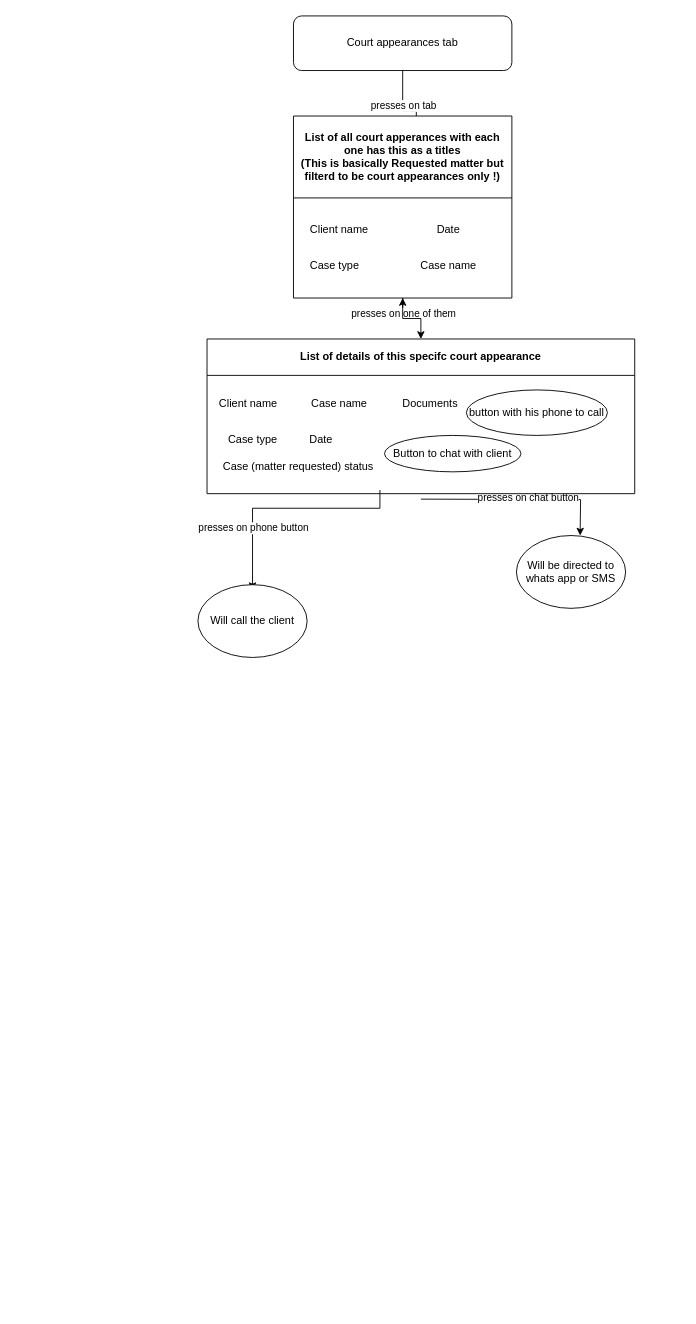
The draw.io diagram page "CourtAppearancesTab" (7 of 10) of LawyerApp.drawio in tariq7299/LawyerPrep, before the edit. Source tidied: cells renumbered, new cells numbered last; positions are measured from the earlier drawing's top-left corner, leaving out a move shared by most shapes. Both pictures are drawn from the tidied source at 91%, with x=0, y=0 at pixel (197, 15).
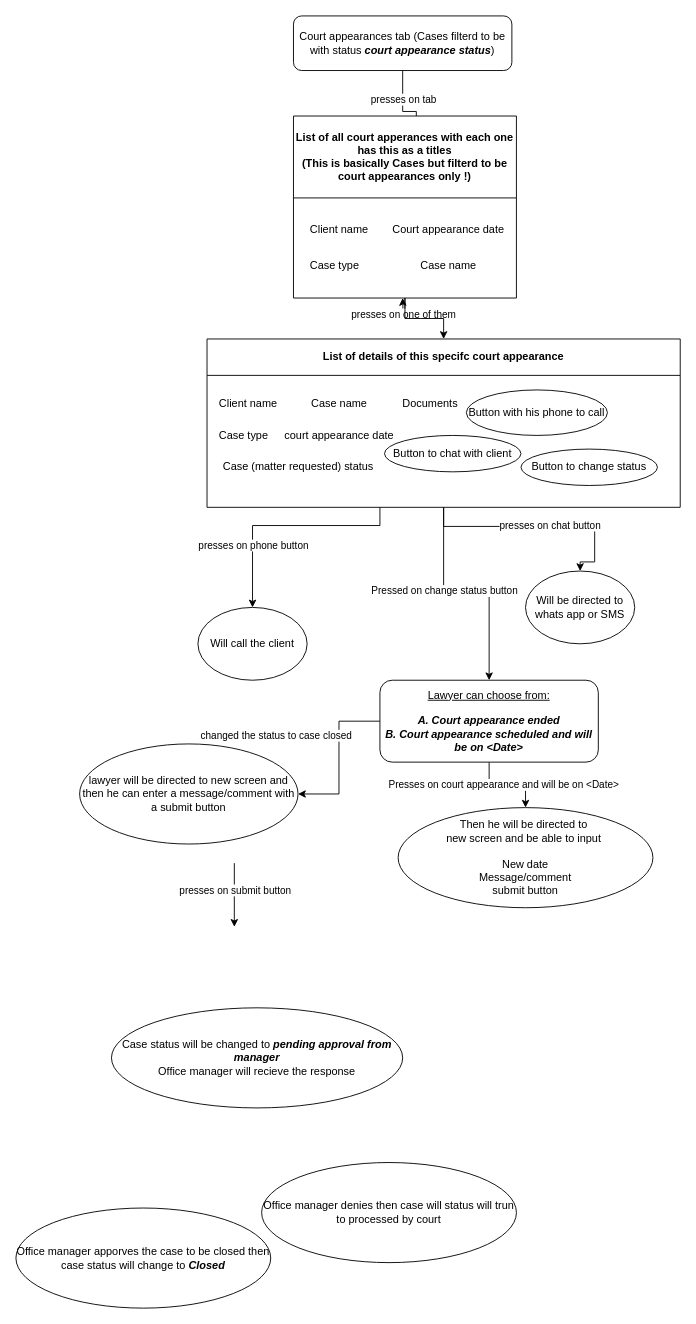
The same diagram, later.

Unchanged cells that the change refers to:
```xml
<mxCell id="2" style="edgeStyle=orthogonalEdgeStyle;rounded=0;jettySize=auto;html=1;" parent="1" edge="1" source="4">
  <mxGeometry relative="1" as="geometry">
    <mxPoint x="240" y="120" as="targetPoint" />
    <Array as="points">
      <mxPoint x="225" y="105" />
      <mxPoint x="240" y="105" />
    </Array>
  </mxGeometry>
</mxCell>
```

The edit, as a diff of the source:
```diff
@@
     <mxCell id="3" value="presses on tab" style="edgeLabel;html=1;align=center;verticalAlign=middle;" parent="2" vertex="1">
-      <mxGeometry relative="1" as="geometry" />
+      <mxGeometry relative="1" as="geometry">
+        <mxPoint y="-7" as="offset" />
+      </mxGeometry>
     </mxCell>
-    <mxCell id="4" value="Court appearances tab" style="rounded=1;whiteSpace=wrap;html=1;" parent="1" vertex="1">
+    <mxCell id="4" value="Court appearances tab (Cases filterd to be with status &lt;b&gt;&lt;i&gt;court appearance status&lt;/i&gt;&lt;/b&gt;)" style="rounded=1;whiteSpace=wrap;html=1;" parent="1" vertex="1">
       <mxGeometry x="105" width="240" height="60" as="geometry" />
     </mxCell>
@@
-    <mxCell id="8" value="List of all court apperances with each one has this as a titles&lt;br&gt;(This is basically Requested matter but filterd to be court appearances only !)" style="swimlane;whiteSpace=wrap;html=1;startSize=90;" parent="1" vertex="1">
-      <mxGeometry x="105" y="110" width="240" height="200" as="geometry" />
+    <mxCell id="8" value="List of all court apperances with each one has this as a titles&lt;br&gt;(This is basically Cases but filterd to be court appearances only !)" style="swimlane;whiteSpace=wrap;html=1;startSize=90;" parent="1" vertex="1">
+      <mxGeometry x="105" y="110" width="245" height="200" as="geometry" />
     </mxCell>
@@
-    <mxCell id="12" value="Date" style="text;html=1;align=center;verticalAlign=middle;strokeColor=none;fillColor=none;" parent="8" vertex="1">
-      <mxGeometry x="145" y="110" width="50" height="30" as="geometry" />
+    <mxCell id="12" value="Court appearance date" style="text;html=1;align=center;verticalAlign=middle;strokeColor=none;fillColor=none;" parent="8" vertex="1">
+      <mxGeometry x="95" y="110" width="150" height="30" as="geometry" />
     </mxCell>
     <mxCell id="13" style="edgeStyle=orthogonalEdgeStyle;rounded=0;orthogonalLoop=1;jettySize=auto;html=1;exitX=0.5;exitY=1;exitDx=0;exitDy=0;" parent="1" edge="1">
       <mxGeometry relative="1" as="geometry">
-        <mxPoint x="200" y="521" as="sourcePoint" />
-        <mxPoint x="60" y="631" as="targetPoint" />
+        <mxPoint x="200" y="540" as="sourcePoint" />
+        <mxPoint x="60" y="650" as="targetPoint" />
         <Array as="points">
-          <mxPoint x="200" y="541" />
-          <mxPoint x="60" y="541" />
+          <mxPoint x="200" y="560" />
+          <mxPoint x="60" y="560" />
         </Array>
       </mxGeometry>
     </mxCell>
@@
-    <mxCell id="15" style="edgeStyle=orthogonalEdgeStyle;rounded=0;orthogonalLoop=1;jettySize=auto;html=1;" parent="1" edge="1">
+    <mxCell id="15" style="edgeStyle=orthogonalEdgeStyle;rounded=0;jettySize=auto;html=1;exitX=0.5;exitY=1;exitDx=0;exitDy=0;" parent="1" edge="1" source="17" target="26">
       <mxGeometry relative="1" as="geometry">
-        <mxPoint x="245" y="531" as="sourcePoint" />
-        <mxPoint x="420" y="571" as="targetPoint" />
+        <Array as="points">
+          <mxPoint x="270" y="561" />
+          <mxPoint x="436" y="561" />
+          <mxPoint x="436" y="600" />
+          <mxPoint x="420" y="600" />
+        </Array>
       </mxGeometry>
     </mxCell>
@@
+    <mxCell id="28" style="edgeStyle=orthogonalEdgeStyle;rounded=0;jettySize=auto;html=1;" parent="1" edge="1" source="17" target="35">
+      <mxGeometry relative="1" as="geometry" />
+    </mxCell>
+    <mxCell id="29" value="Pressed on change status button" style="edgeLabel;html=1;align=center;verticalAlign=middle;" parent="28" vertex="1">
+      <mxGeometry x="-0.24" relative="1" as="geometry" />
+    </mxCell>
     <mxCell id="17" value="List of details of this specifc court appearance" style="swimlane;whiteSpace=wrap;html=1;startSize=40;" parent="1" vertex="1">
-      <mxGeometry x="10" y="355" width="470" height="170" as="geometry" />
+      <mxGeometry x="10" y="355" width="520" height="185" as="geometry" />
     </mxCell>
@@
     <mxCell id="20" value="Case type" style="text;html=1;align=center;verticalAlign=middle;strokeColor=none;fillColor=none;" parent="17" vertex="1">
-      <mxGeometry x="10" y="96" width="80" height="30" as="geometry" />
+      <mxGeometry y="91" width="80" height="30" as="geometry" />
     </mxCell>
@@
-    <mxCell id="23" value="Date" style="text;html=1;align=center;verticalAlign=middle;strokeColor=none;fillColor=none;" parent="17" vertex="1">
-      <mxGeometry x="100" y="96" width="50" height="30" as="geometry" />
+    <mxCell id="23" value="court appearance date" style="text;html=1;align=center;verticalAlign=middle;strokeColor=none;fillColor=none;" parent="17" vertex="1">
+      <mxGeometry x="75" y="91" width="140" height="30" as="geometry" />
     </mxCell>
@@
-    <mxCell id="25" value="&lt;span style=&quot;text-wrap: nowrap;&quot;&gt;button with his phone to call&lt;/span&gt;" style="ellipse;whiteSpace=wrap;html=1;" parent="17" vertex="1">
+    <mxCell id="25" value="&lt;span style=&quot;text-wrap: nowrap;&quot;&gt;Button with his phone to call&lt;/span&gt;" style="ellipse;whiteSpace=wrap;html=1;" parent="17" vertex="1">
       <mxGeometry x="285" y="56" width="155" height="50" as="geometry" />
     </mxCell>
+    <mxCell id="30" value="&lt;span style=&quot;text-wrap: nowrap;&quot;&gt;Button to change status&lt;/span&gt;" style="ellipse;whiteSpace=wrap;html=1;" parent="17" vertex="1">
+      <mxGeometry x="345" y="121" width="150" height="40" as="geometry" />
+    </mxCell>
     <mxCell id="26" value="Will be directed to whats app or SMS" style="ellipse;whiteSpace=wrap;html=1;" parent="1" vertex="1">
-      <mxGeometry x="350" y="571" width="120" height="80" as="geometry" />
+      <mxGeometry x="360" y="610" width="120" height="80" as="geometry" />
     </mxCell>
     <mxCell id="27" value="Will call the client" style="ellipse;whiteSpace=wrap;html=1;" parent="1" vertex="1">
-      <mxGeometry y="625" width="120" height="80" as="geometry" />
+      <mxGeometry y="650" width="120" height="80" as="geometry" />
     </mxCell>
+    <mxCell id="31" style="edgeStyle=orthogonalEdgeStyle;rounded=0;jettySize=auto;html=1;" parent="1" edge="1" source="35" target="38">
+      <mxGeometry relative="1" as="geometry" />
+    </mxCell>
+    <mxCell id="32" value="changed the status to case closed" style="edgeLabel;html=1;align=center;verticalAlign=middle;" parent="31" vertex="1">
+      <mxGeometry y="2" relative="1" as="geometry">
+        <mxPoint x="-72" y="-25" as="offset" />
+      </mxGeometry>
+    </mxCell>
+    <mxCell id="33" style="edgeStyle=orthogonalEdgeStyle;rounded=0;jettySize=auto;html=1;" parent="1" edge="1" source="35" target="39">
+      <mxGeometry relative="1" as="geometry" />
+    </mxCell>
+    <mxCell id="34" value="Presses on court appearance and will be on &amp;lt;Date&amp;gt;" style="edgeLabel;html=1;align=center;verticalAlign=middle;" parent="33" vertex="1">
+      <mxGeometry x="-0.11" y="1" relative="1" as="geometry" />
+    </mxCell>
+    <mxCell id="35" value="&lt;span style=&quot;font-weight: normal;&quot;&gt;&lt;u&gt;Lawyer can choose from:&lt;/u&gt;&lt;/span&gt;&lt;div&gt;&lt;br&gt;&lt;/div&gt;&lt;div&gt;&lt;i&gt;A. Court appearance ended&lt;/i&gt;&lt;/div&gt;&lt;div&gt;&lt;i style=&quot;background-color: initial;&quot;&gt;B. Court appearance scheduled and will be on &amp;lt;Date&amp;gt;&lt;/i&gt;&lt;/div&gt;" style="rounded=1;whiteSpace=wrap;html=1;fontStyle=1;startSize=40;" parent="1" vertex="1">
+      <mxGeometry x="200" y="730" width="240" height="90" as="geometry" />
+    </mxCell>
+    <mxCell id="36" style="edgeStyle=orthogonalEdgeStyle;rounded=0;orthogonalLoop=1;jettySize=auto;html=1;" parent="1" edge="1">
+      <mxGeometry relative="1" as="geometry">
+        <mxPoint x="40" y="931" as="sourcePoint" />
+        <mxPoint x="40" y="1001" as="targetPoint" />
+      </mxGeometry>
+    </mxCell>
+    <mxCell id="37" value="presses on submit button" style="edgeLabel;html=1;align=center;verticalAlign=middle;" parent="36" vertex="1">
+      <mxGeometry x="-0.17" relative="1" as="geometry" />
+    </mxCell>
+    <mxCell id="38" value="&lt;span style=&quot;font-weight: normal;&quot;&gt;lawyer will be directed to new screen and then he can enter a message/comment with a submit button&lt;/span&gt;" style="ellipse;whiteSpace=wrap;html=1;rounded=1;fontStyle=1;startSize=40;" parent="1" vertex="1">
+      <mxGeometry x="-130" y="800" width="240" height="110" as="geometry" />
+    </mxCell>
+    <mxCell id="39" value="&lt;span style=&quot;font-weight: 400;&quot;&gt;Then he will be directed to&amp;nbsp;&lt;/span&gt;&lt;div&gt;&lt;span style=&quot;font-weight: 400;&quot;&gt;new screen and be able to input&amp;nbsp;&lt;/span&gt;&lt;div&gt;&lt;span style=&quot;font-weight: 400;&quot;&gt;&lt;br&gt;&lt;/span&gt;&lt;/div&gt;&lt;div&gt;&lt;span style=&quot;font-weight: 400;&quot;&gt;New date&lt;/span&gt;&lt;/div&gt;&lt;div&gt;&lt;span style=&quot;font-weight: 400;&quot;&gt;Message/comment&lt;/span&gt;&lt;/div&gt;&lt;div&gt;&lt;span style=&quot;font-weight: 400;&quot;&gt;submit button&lt;/span&gt;&lt;/div&gt;&lt;/div&gt;" style="ellipse;whiteSpace=wrap;html=1;rounded=1;fontStyle=1;startSize=40;" parent="1" vertex="1">
+      <mxGeometry x="220" y="870" width="280" height="110" as="geometry" />
+    </mxCell>
+    <mxCell id="40" value="&lt;span style=&quot;font-weight: 400;&quot;&gt;Case status will be changed to &lt;/span&gt;&lt;i&gt;pending approval from manager&lt;/i&gt;&lt;br&gt;&lt;span style=&quot;font-weight: 400;&quot;&gt;Office manager will recieve the response&lt;/span&gt;" style="ellipse;whiteSpace=wrap;html=1;rounded=1;fontStyle=1;startSize=40;" parent="1" vertex="1">
+      <mxGeometry x="-95" y="1090" width="320" height="110" as="geometry" />
+    </mxCell>
+    <mxCell id="41" value="&lt;span style=&quot;font-weight: 400;&quot;&gt;Office manager apporves the case to be closed then case status will change to&amp;nbsp;&lt;/span&gt;&lt;i style=&quot;&quot;&gt;Closed&lt;/i&gt;" style="ellipse;whiteSpace=wrap;html=1;rounded=1;fontStyle=1;startSize=40;" parent="1" vertex="1">
+      <mxGeometry x="-200" y="1310" width="280" height="110" as="geometry" />
+    </mxCell>
+    <mxCell id="42" value="&lt;span style=&quot;font-weight: 400;&quot;&gt;Office manager denies then case will status will trun to processed by court&lt;/span&gt;" style="ellipse;whiteSpace=wrap;html=1;rounded=1;fontStyle=1;startSize=40;" parent="1" vertex="1">
+      <mxGeometry x="70" y="1260" width="280" height="110" as="geometry" />
+    </mxCell>
```
